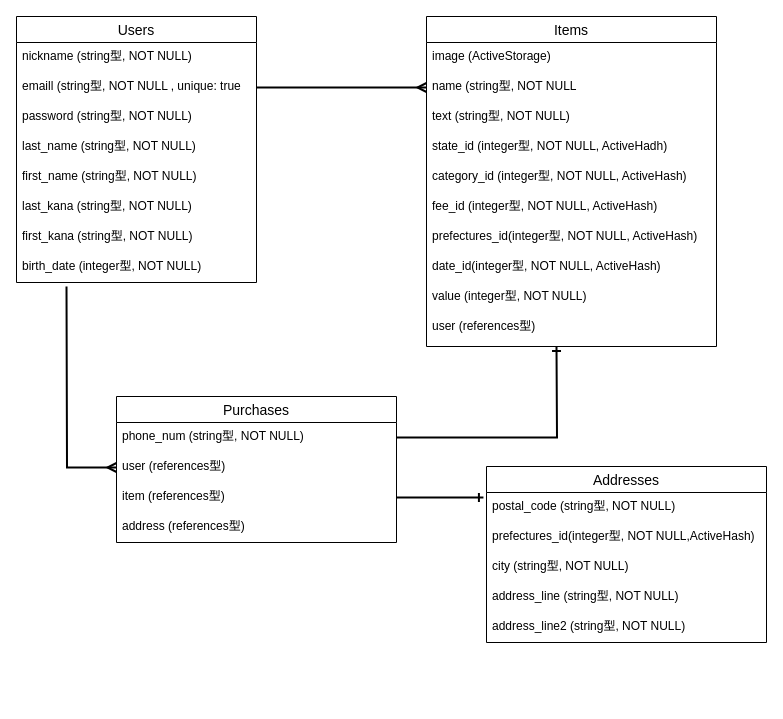
waka-syu/furima-17110 keeps this draw.io diagram as config/furima-17110.dio. Above is the earlier version. Source tidied: cells renumbered, new cells numbered last; positions are measured from the earlier drawing's top-left corner, leaving out a move shared by most shapes. Both pictures are drawn from the tidied source at 100%, with x=0, y=0 at pixel (16, 16).
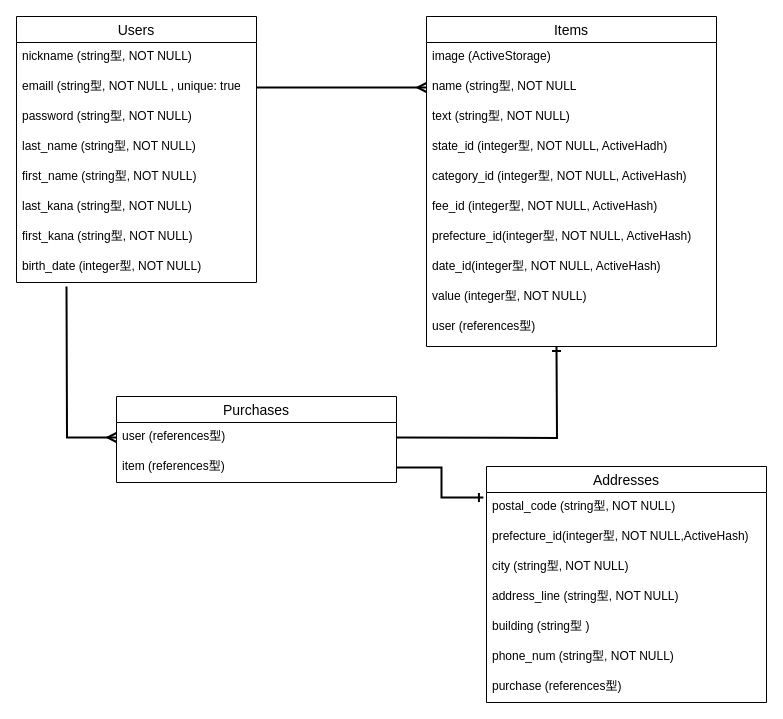
After the change.

Commit message (it also covers changes not shown here):
データベース再修正

Unchanged cells that the change refers to:
```xml
<mxCell id="12" value="Items" style="swimlane;fontStyle=0;horizontal=1;startSize=26;align=center;fontSize=14;" parent="1" vertex="1">
  <mxGeometry x="410" width="290" height="330" as="geometry" />
</mxCell>
```

What changed in the source:
```diff
@@
-    <mxCell id="19" value="prefectures_id(integer型, NOT NULL, ActiveHash)" style="text;strokeColor=none;fillColor=none;spacingLeft=4;spacingRight=4;overflow=hidden;fontSize=12;" parent="12" vertex="1">
+    <mxCell id="19" value="prefecture_id(integer型, NOT NULL, ActiveHash)" style="text;strokeColor=none;fillColor=none;spacingLeft=4;spacingRight=4;overflow=hidden;fontSize=12;" parent="12" vertex="1">
       <mxGeometry y="206" width="290" height="30" as="geometry" />
     </mxCell>
@@
     <mxCell id="23" value="Purchases" style="swimlane;fontStyle=0;horizontal=1;startSize=26;align=center;fontSize=14;" parent="1" vertex="1">
-      <mxGeometry x="100" y="380" width="280" height="146" as="geometry" />
+      <mxGeometry x="100" y="380" width="280" height="86" as="geometry" />
     </mxCell>
-    <mxCell id="24" value="phone_num (string型, NOT NULL)" style="text;strokeColor=none;fillColor=none;spacingLeft=4;spacingRight=4;overflow=hidden;points=[[0,0.5],[1,0.5]];portConstraint=eastwest;fontSize=12;" parent="23" vertex="1">
-      <mxGeometry y="26" width="280" height="30" as="geometry" />
-    </mxCell>
     <mxCell id="25" value="user (references型)" style="text;strokeColor=none;fillColor=none;spacingLeft=4;spacingRight=4;overflow=hidden;points=[[0,0.5],[1,0.5]];portConstraint=eastwest;fontSize=12;" parent="23" vertex="1">
-      <mxGeometry y="56" width="280" height="30" as="geometry" />
+      <mxGeometry y="26" width="280" height="30" as="geometry" />
     </mxCell>
     <mxCell id="26" value="item (references型)" style="text;strokeColor=none;fillColor=none;spacingLeft=4;spacingRight=4;overflow=hidden;points=[[0,0.5],[1,0.5]];portConstraint=eastwest;fontSize=12;" parent="23" vertex="1">
-      <mxGeometry y="86" width="280" height="30" as="geometry" />
+      <mxGeometry y="56" width="280" height="30" as="geometry" />
     </mxCell>
-    <mxCell id="27" value="address (references型)" style="text;strokeColor=none;fillColor=none;spacingLeft=4;spacingRight=4;overflow=hidden;fontSize=12;" parent="23" vertex="1">
-      <mxGeometry y="116" width="280" height="30" as="geometry" />
-    </mxCell>
@@
-    <mxCell id="29" style="edgeStyle=orthogonalEdgeStyle;rounded=0;jettySize=auto;html=1;endArrow=ERone;endFill=0;strokeWidth=2;exitX=1;exitY=0.5;exitDx=0;exitDy=0;" parent="1" edge="1" source="24">
+    <mxCell id="29" style="edgeStyle=orthogonalEdgeStyle;rounded=0;orthogonalLoop=1;jettySize=auto;html=1;endArrow=ERone;endFill=0;strokeWidth=2;exitX=1;exitY=0.5;exitDx=0;exitDy=0;" parent="1" edge="1">
       <mxGeometry relative="1" as="geometry">
+        <mxPoint x="380" y="421" as="sourcePoint" />
         <mxPoint x="540" y="330" as="targetPoint" />
       </mxGeometry>
     </mxCell>
     <mxCell id="30" value="Addresses" style="swimlane;fontStyle=0;horizontal=1;startSize=26;align=center;fontSize=14;" parent="1" vertex="1">
-      <mxGeometry x="470" y="450" width="280" height="176" as="geometry" />
+      <mxGeometry x="470" y="450" width="280" height="236" as="geometry" />
     </mxCell>
@@
-    <mxCell id="32" value="prefectures_id(integer型, NOT NULL,ActiveHash)" style="text;strokeColor=none;fillColor=none;spacingLeft=4;spacingRight=4;overflow=hidden;fontSize=12;" parent="30" vertex="1">
+    <mxCell id="32" value="prefecture_id(integer型, NOT NULL,ActiveHash)" style="text;strokeColor=none;fillColor=none;spacingLeft=4;spacingRight=4;overflow=hidden;fontSize=12;" parent="30" vertex="1">
       <mxGeometry y="56" width="280" height="30" as="geometry" />
     </mxCell>
@@
-    <mxCell id="35" value="address_line2 (string型, NOT NULL)" style="text;strokeColor=none;fillColor=none;spacingLeft=4;spacingRight=4;overflow=hidden;fontSize=12;" parent="30" vertex="1">
+    <mxCell id="35" value="building (string型 )" style="text;strokeColor=none;fillColor=none;spacingLeft=4;spacingRight=4;overflow=hidden;fontSize=12;" parent="30" vertex="1">
       <mxGeometry y="146" width="280" height="30" as="geometry" />
     </mxCell>
+    <mxCell id="24" value="phone_num (string型, NOT NULL)" style="text;strokeColor=none;fillColor=none;spacingLeft=4;spacingRight=4;overflow=hidden;points=[[0,0.5],[1,0.5]];portConstraint=eastwest;fontSize=12;" parent="30" vertex="1">
+      <mxGeometry y="176" width="280" height="30" as="geometry" />
+    </mxCell>
+    <mxCell id="38" value="purchase (references型)" style="text;strokeColor=none;fillColor=none;spacingLeft=4;spacingRight=4;overflow=hidden;fontSize=12;" parent="30" vertex="1">
+      <mxGeometry y="206" width="280" height="30" as="geometry" />
+    </mxCell>
```
